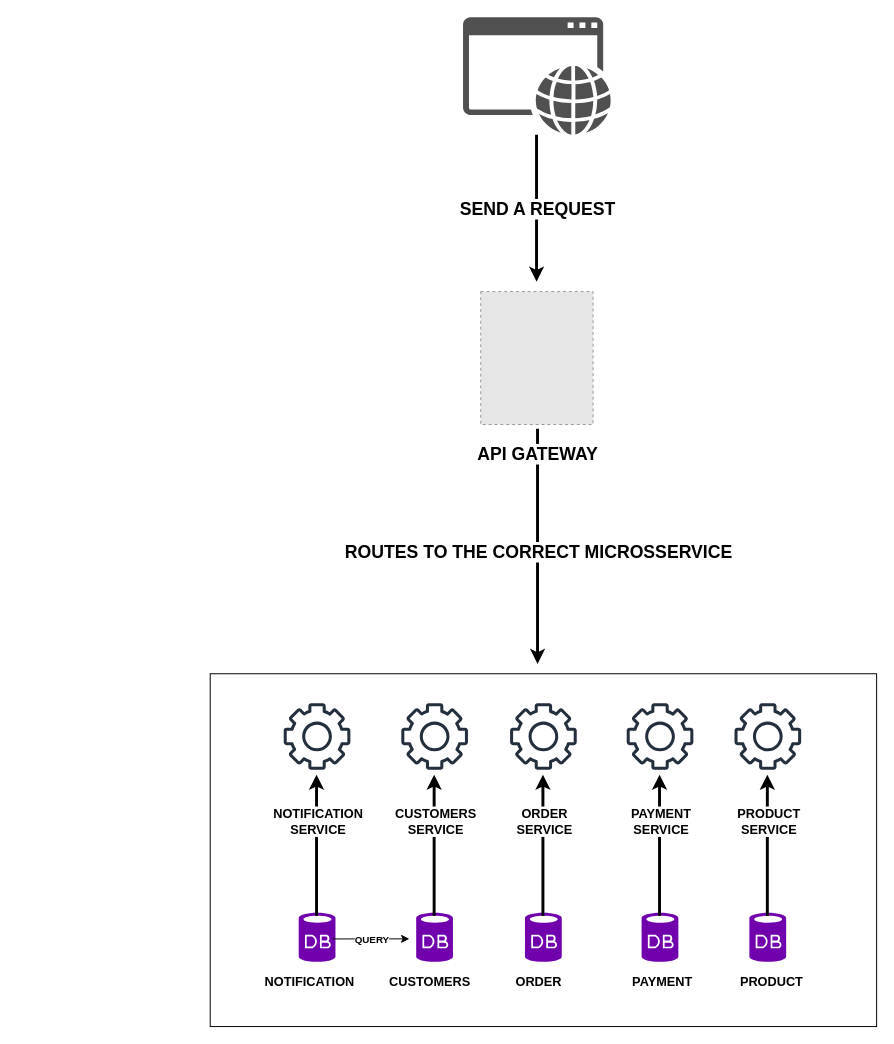
Before: ArquiteturaAWESOMESHOP.drawio in larasantanadev/AWESOMESHOP---Arquitetura, a draw.io diagram. Source tidied: cells renumbered, new cells numbered last; positions are measured from the earlier drawing's top-left corner, leaving out a move shared by most shapes. Both pictures are drawn from the tidied source at 98%, with x=0, y=0 at pixel (210, 17). Pictures stored in the file or linked from it are replaced by grey dashed boxes.
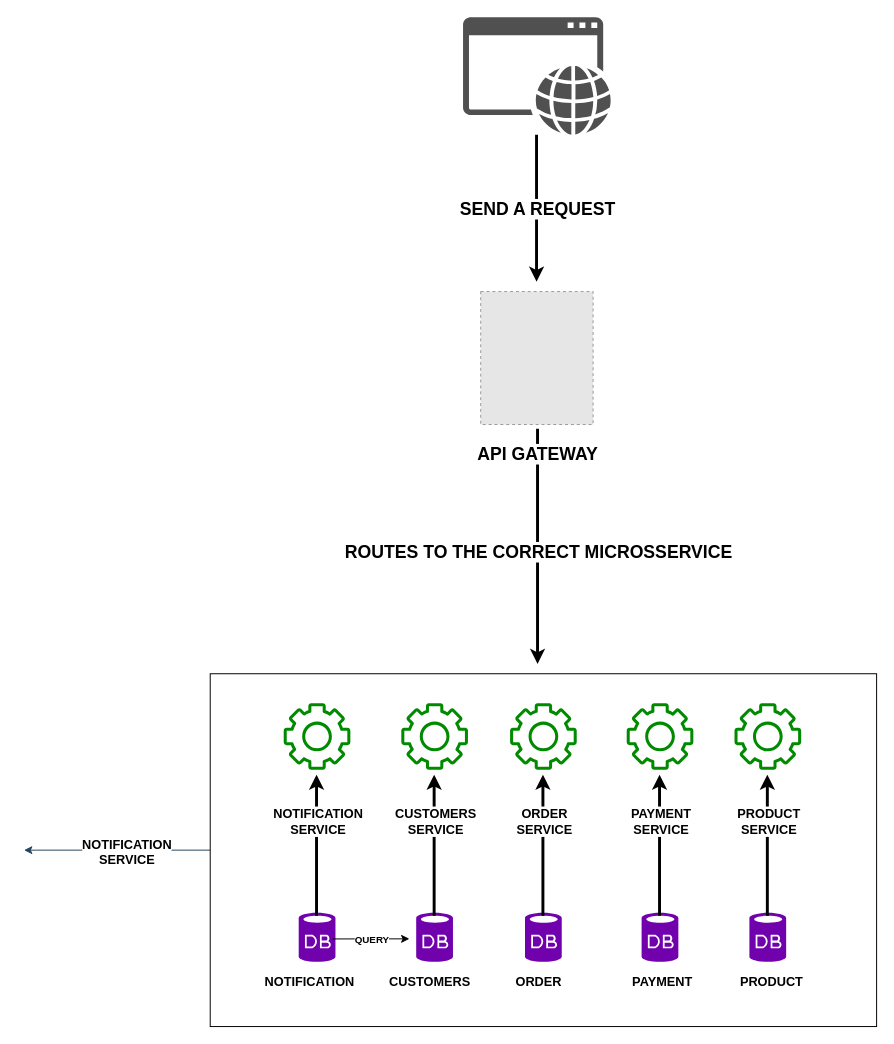
Above is the later version.

Unchanged cells that the change refers to:
```xml
<mxCell id="9" style="rounded=0;whiteSpace=wrap;html=1;" parent="1" vertex="1">
  <mxGeometry y="670" width="680" height="360" as="geometry" />
</mxCell>
```

Diff of the diagram source:
```diff
@@
+    <mxCell id="37" style="edgeStyle=orthogonalEdgeStyle;rounded=0;jettySize=auto;html=1;exitX=0;exitY=0.5;exitDx=0;exitDy=0;strokeColor=#23445D;" parent="1" edge="1" source="9">
+      <mxGeometry relative="1" as="geometry">
+        <mxPoint x="-190" y="850" as="targetPoint" />
+      </mxGeometry>
+    </mxCell>
@@
-    <mxCell id="15" style="sketch=0;fontColor=#232F3E;gradientColor=none;fillColor=#232F3D;strokeColor=none;dashed=0;verticalLabelPosition=bottom;verticalAlign=top;align=center;html=1;fontSize=12;fontStyle=0;shape=mxgraph.aws4.gear;" parent="1" vertex="1">
+    <mxCell id="15" style="sketch=0;fontColor=#ffffff;fillColor=#008a00;strokeColor=#005700;dashed=0;verticalLabelPosition=bottom;verticalAlign=top;align=center;html=1;fontSize=12;fontStyle=0;shape=mxgraph.aws4.gear;" parent="1" vertex="1">
       <mxGeometry x="75" y="700" width="68" height="68" as="geometry" />
     </mxCell>
-    <mxCell id="16" style="sketch=0;fontColor=#232F3E;gradientColor=none;fillColor=#232F3D;strokeColor=none;dashed=0;verticalLabelPosition=bottom;verticalAlign=top;align=center;html=1;fontSize=12;fontStyle=0;shape=mxgraph.aws4.gear;" parent="1" vertex="1">
+    <mxCell id="16" style="sketch=0;fontColor=#ffffff;fillColor=#008a00;strokeColor=#005700;dashed=0;verticalLabelPosition=bottom;verticalAlign=top;align=center;html=1;fontSize=12;fontStyle=0;shape=mxgraph.aws4.gear;" parent="1" vertex="1">
       <mxGeometry x="195" y="700" width="68" height="68" as="geometry" />
     </mxCell>
-    <mxCell id="17" style="sketch=0;fontColor=#232F3E;gradientColor=none;fillColor=#232F3D;strokeColor=none;dashed=0;verticalLabelPosition=bottom;verticalAlign=top;align=center;html=1;fontSize=12;fontStyle=0;shape=mxgraph.aws4.gear;" parent="1" vertex="1">
+    <mxCell id="17" style="sketch=0;fontColor=#ffffff;fillColor=#008a00;strokeColor=#005700;dashed=0;verticalLabelPosition=bottom;verticalAlign=top;align=center;html=1;fontSize=12;fontStyle=0;shape=mxgraph.aws4.gear;" parent="1" vertex="1">
       <mxGeometry x="306" y="700" width="68" height="68" as="geometry" />
     </mxCell>
-    <mxCell id="18" style="sketch=0;fontColor=#232F3E;gradientColor=none;fillColor=#232F3D;strokeColor=none;dashed=0;verticalLabelPosition=bottom;verticalAlign=top;align=center;html=1;fontSize=12;fontStyle=0;shape=mxgraph.aws4.gear;" parent="1" vertex="1">
+    <mxCell id="18" style="sketch=0;fontColor=#ffffff;fillColor=#008a00;strokeColor=#005700;dashed=0;verticalLabelPosition=bottom;verticalAlign=top;align=center;html=1;fontSize=12;fontStyle=0;shape=mxgraph.aws4.gear;" parent="1" vertex="1">
       <mxGeometry x="425" y="700" width="68" height="68" as="geometry" />
     </mxCell>
-    <mxCell id="19" style="sketch=0;fontColor=#232F3E;gradientColor=none;fillColor=#232F3D;strokeColor=none;dashed=0;verticalLabelPosition=bottom;verticalAlign=top;align=center;html=1;fontSize=12;fontStyle=0;shape=mxgraph.aws4.gear;" parent="1" vertex="1">
+    <mxCell id="19" style="sketch=0;fillColor=#008a00;strokeColor=#005700;dashed=0;verticalLabelPosition=bottom;verticalAlign=top;align=center;html=1;fontSize=12;fontStyle=0;shape=mxgraph.aws4.gear;fillStyle=solid;fontColor=#ffffff;" parent="1" vertex="1">
       <mxGeometry x="535" y="700" width="68" height="68" as="geometry" />
     </mxCell>
@@
+    <mxCell id="38" value="NOTIFICATION&lt;div style=&quot;font-size: 13px;&quot;&gt;SERVICE&lt;/div&gt;" style="edgeLabel;html=1;align=center;verticalAlign=middle;spacing=5;fontStyle=1;fontSize=13;" parent="1" vertex="1">
+      <mxGeometry x="-80" y="850" as="geometry">
+        <mxPoint x="-6" y="1" as="offset" />
+      </mxGeometry>
+    </mxCell>
```
